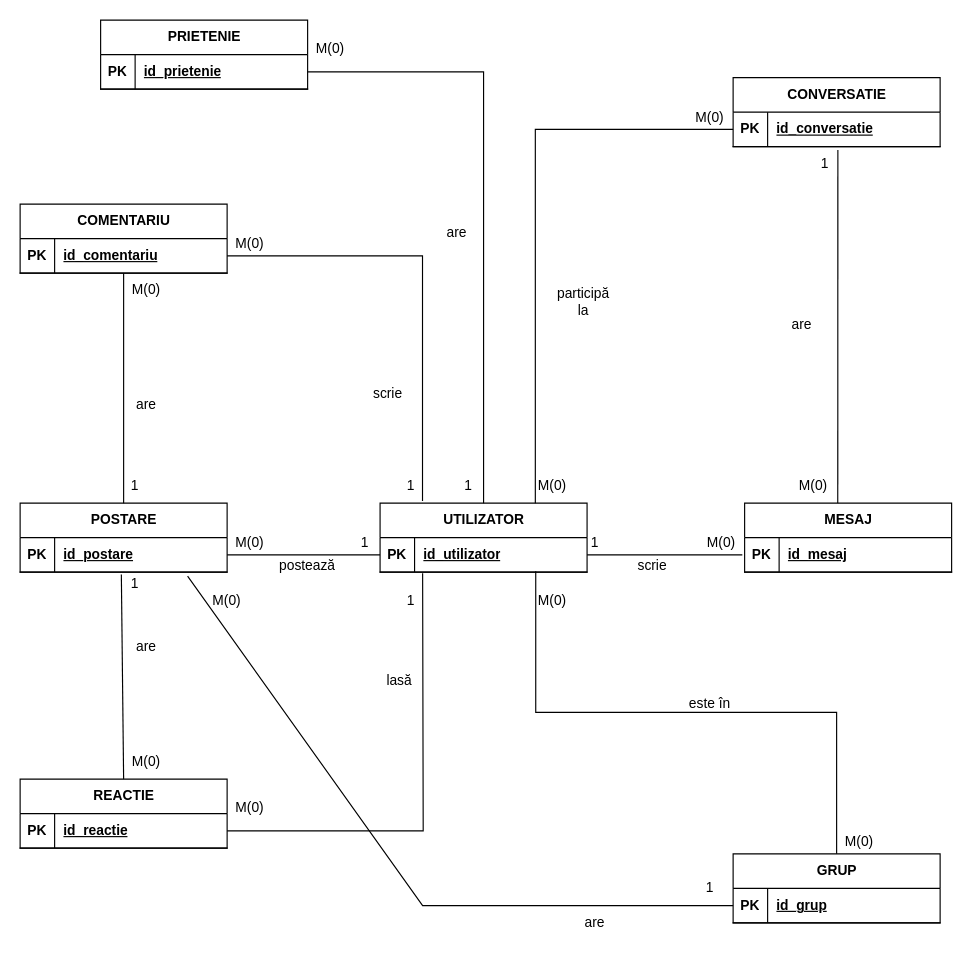
The draw.io diagram erd.drawio in fernandodonea/Social-DB-Manager, before the edit. Source tidied: cells renumbered, new cells numbered last; positions are measured from the earlier drawing's top-left corner, leaving out a move shared by most shapes. Both pictures are drawn from the tidied source at 115%, with x=0, y=0 at pixel (20, 20).
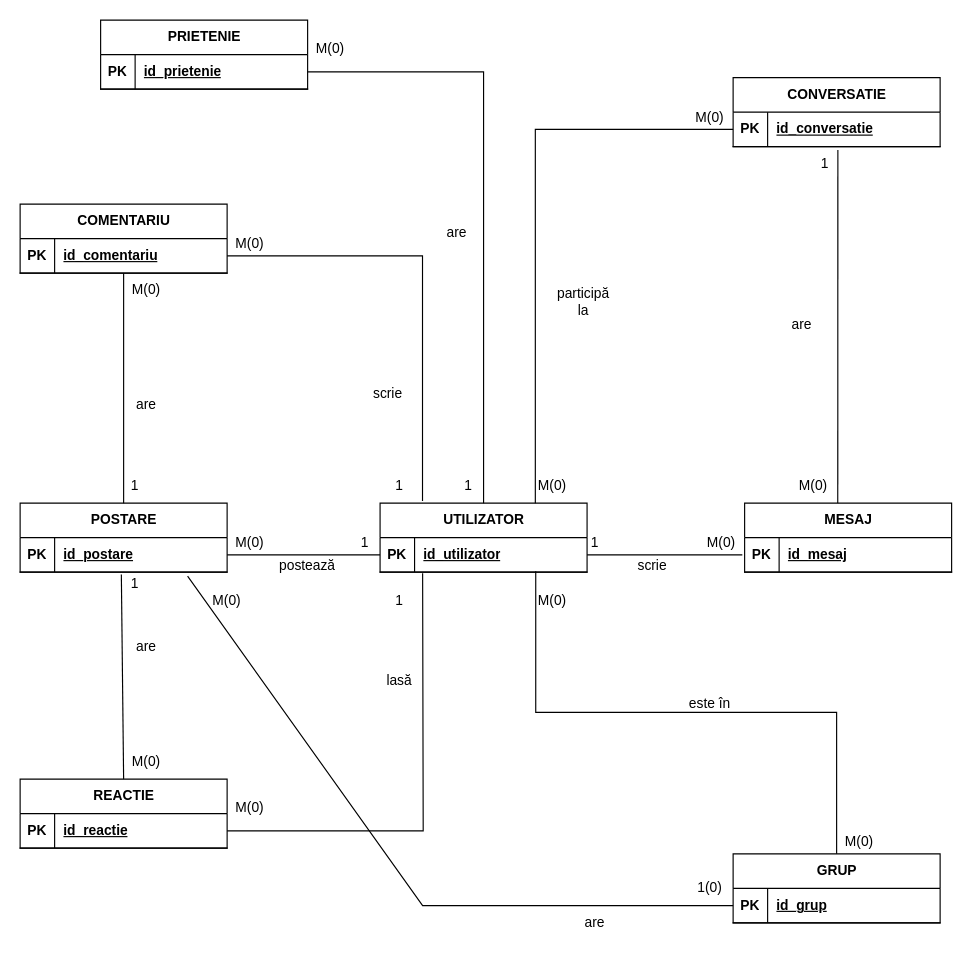
The same diagram, later.

Diff of the diagram source:
```diff
@@
     <mxCell id="47" value="1" style="text;html=1;whiteSpace=wrap;strokeColor=none;fillColor=none;align=center;verticalAlign=middle;rounded=0;" parent="1" vertex="1">
-      <mxGeometry x="310" y="390" width="60" height="30" as="geometry" />
+      <mxGeometry x="300" y="390" width="60" height="30" as="geometry" />
     </mxCell>
@@
     <mxCell id="51" value="1" style="text;html=1;whiteSpace=wrap;strokeColor=none;fillColor=none;align=center;verticalAlign=middle;rounded=0;" parent="1" vertex="1">
-      <mxGeometry x="310" y="490" width="60" height="30" as="geometry" />
+      <mxGeometry x="300" y="490" width="60" height="30" as="geometry" />
     </mxCell>
@@
-    <mxCell id="70" value="1" style="text;html=1;whiteSpace=wrap;strokeColor=none;fillColor=none;align=center;verticalAlign=middle;rounded=0;" parent="1" vertex="1">
+    <mxCell id="70" value="1(0)" style="text;html=1;whiteSpace=wrap;strokeColor=none;fillColor=none;align=center;verticalAlign=middle;rounded=0;" parent="1" vertex="1">
       <mxGeometry x="570" y="740" width="60" height="30" as="geometry" />
     </mxCell>
```
